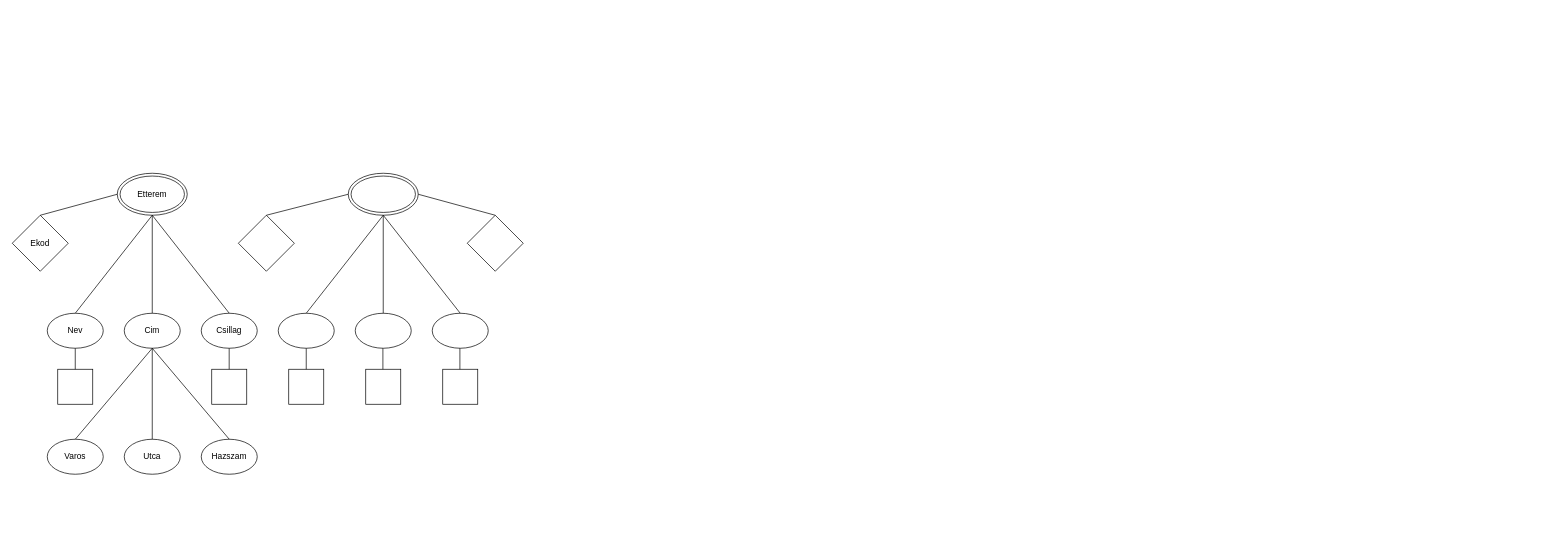
Before: EFEW32_20260312/efew32_vendeglatas.drawio in arosdami/EFEW32WebXML, a draw.io diagram. Source tidied: cells renumbered, new cells numbered last; positions are measured from the earlier drawing's top-left corner, leaving out a move shared by most shapes. Both pictures are drawn from the tidied source at 70%, with x=0, y=0 at pixel (12, 173).
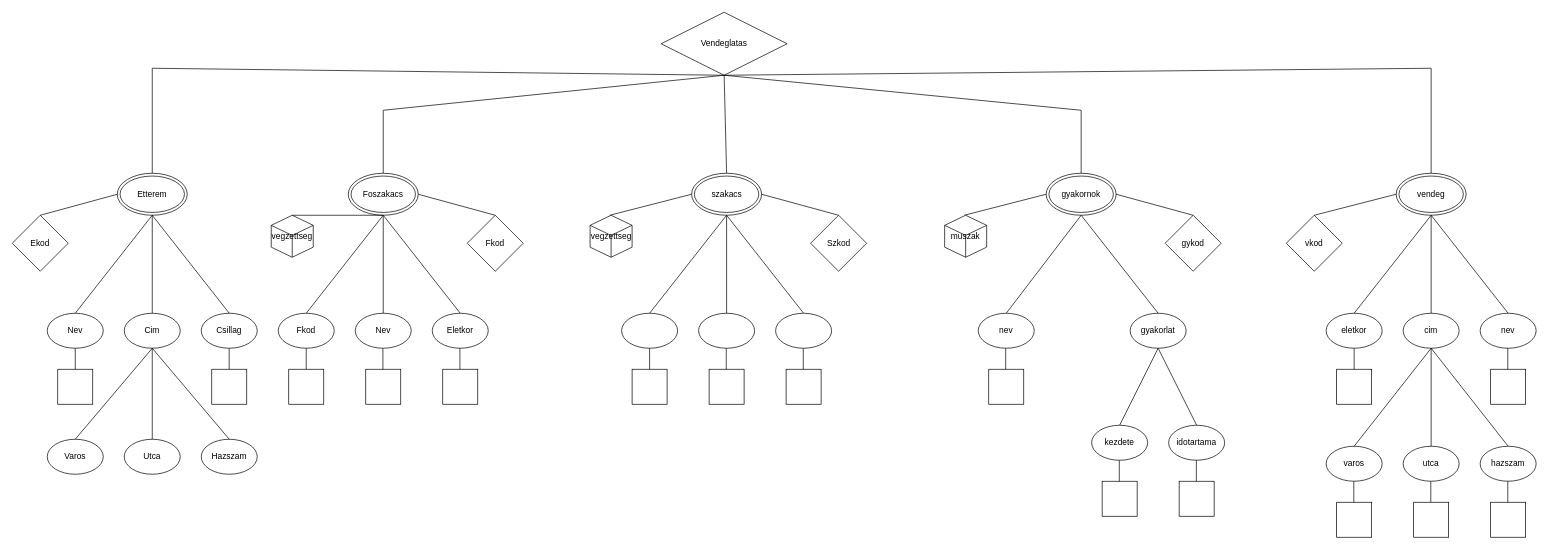
After the change.

The change refers to these unchanged cells:
```xml
<mxCell id="2" value="Etterem" style="ellipse;shape=doubleEllipse;whiteSpace=wrap;html=1;" parent="1" vertex="1">
  <mxGeometry x="150" width="100" height="60" as="geometry" />
</mxCell>
```

What changed in the source:
```diff
@@
-    <mxCell id="4" style="ellipse;shape=doubleEllipse;whiteSpace=wrap;html=1;" parent="1" vertex="1">
+    <mxCell id="4" value="Foszakacs" style="ellipse;shape=doubleEllipse;whiteSpace=wrap;html=1;" parent="1" vertex="1">
       <mxGeometry x="480" width="100" height="60" as="geometry" />
     </mxCell>
-    <mxCell id="5" style="rhombus;whiteSpace=wrap;html=1;" parent="1" vertex="1">
-      <mxGeometry x="323" y="60" width="80" height="80" as="geometry" />
-    </mxCell>
-    <mxCell id="6" style="rhombus;whiteSpace=wrap;html=1;" parent="1" vertex="1">
+    <mxCell id="6" value="Fkod" style="rhombus;whiteSpace=wrap;html=1;" parent="1" vertex="1">
       <mxGeometry x="650" y="60" width="80" height="80" as="geometry" />
     </mxCell>
@@
-    <mxCell id="10" style="ellipse;whiteSpace=wrap;html=1;" parent="1" vertex="1">
+    <mxCell id="10" value="Fkod" style="ellipse;whiteSpace=wrap;html=1;" parent="1" vertex="1">
       <mxGeometry x="380" y="200" width="80" height="50" as="geometry" />
     </mxCell>
-    <mxCell id="11" style="ellipse;whiteSpace=wrap;html=1;" parent="1" vertex="1">
+    <mxCell id="11" value="Nev" style="ellipse;whiteSpace=wrap;html=1;" parent="1" vertex="1">
       <mxGeometry x="490" y="200" width="80" height="50" as="geometry" />
     </mxCell>
-    <mxCell id="12" style="ellipse;whiteSpace=wrap;html=1;" parent="1" vertex="1">
+    <mxCell id="12" value="Eletkor" style="ellipse;whiteSpace=wrap;html=1;" parent="1" vertex="1">
       <mxGeometry x="600" y="200" width="80" height="50" as="geometry" />
     </mxCell>
@@
-    <mxCell id="36" style="endArrow=none;html=1;rounded=0;exitX=0.5;exitY=0;exitDx=0;exitDy=0;entryX=0;entryY=0.5;entryDx=0;entryDy=0;" parent="1" edge="1" source="5" target="4">
-      <mxGeometry relative="1" as="geometry" />
-    </mxCell>
@@
+    <mxCell id="38" value="Vendeglatas" style="rhombus;whiteSpace=wrap;html=1;" parent="1" vertex="1">
+      <mxGeometry x="927" y="-230" width="180" height="90" as="geometry" />
+    </mxCell>
+    <mxCell id="39" style="endArrow=none;html=1;rounded=0;exitX=0.5;exitY=0;exitDx=0;exitDy=0;entryX=0.5;entryY=1;entryDx=0;entryDy=0;" parent="1" edge="1" source="2" target="38">
+      <mxGeometry relative="1" as="geometry">
+        <Array as="points">
+          <mxPoint x="200" y="-150" />
+        </Array>
+      </mxGeometry>
+    </mxCell>
+    <mxCell id="40" style="endArrow=none;html=1;rounded=0;exitX=0.5;exitY=0;exitDx=0;exitDy=0;entryX=0.5;entryY=1;entryDx=0;entryDy=0;" parent="1" edge="1" source="4" target="38">
+      <mxGeometry relative="1" as="geometry">
+        <Array as="points">
+          <mxPoint x="530" y="-90" />
+        </Array>
+      </mxGeometry>
+    </mxCell>
+    <mxCell id="41" value="szakacs" style="ellipse;shape=doubleEllipse;whiteSpace=wrap;html=1;" parent="1" vertex="1">
+      <mxGeometry x="970.5" width="100" height="60" as="geometry" />
+    </mxCell>
+    <mxCell id="42" value="Szkod" style="rhombus;whiteSpace=wrap;html=1;" parent="1" vertex="1">
+      <mxGeometry x="1140.5" y="60" width="80" height="80" as="geometry" />
+    </mxCell>
+    <mxCell id="43" style="ellipse;whiteSpace=wrap;html=1;" parent="1" vertex="1">
+      <mxGeometry x="870.5" y="200" width="80" height="50" as="geometry" />
+    </mxCell>
+    <mxCell id="44" style="ellipse;whiteSpace=wrap;html=1;" parent="1" vertex="1">
+      <mxGeometry x="980.5" y="200" width="80" height="50" as="geometry" />
+    </mxCell>
+    <mxCell id="45" style="ellipse;whiteSpace=wrap;html=1;" parent="1" vertex="1">
+      <mxGeometry x="1090.5" y="200" width="80" height="50" as="geometry" />
+    </mxCell>
+    <mxCell id="46" style="whiteSpace=wrap;html=1;" parent="1" vertex="1">
+      <mxGeometry x="885.5" y="280" width="50" height="50" as="geometry" />
+    </mxCell>
+    <mxCell id="47" style="whiteSpace=wrap;html=1;" parent="1" vertex="1">
+      <mxGeometry x="995.5" y="280" width="50" height="50" as="geometry" />
+    </mxCell>
+    <mxCell id="48" style="whiteSpace=wrap;html=1;" parent="1" vertex="1">
+      <mxGeometry x="1105.5" y="280" width="50" height="50" as="geometry" />
+    </mxCell>
+    <mxCell id="49" style="endArrow=none;html=1;rounded=0;entryX=0.5;entryY=0;entryDx=0;entryDy=0;exitX=0.5;exitY=1;exitDx=0;exitDy=0;" parent="1" edge="1" source="43" target="46">
+      <mxGeometry relative="1" as="geometry" />
+    </mxCell>
+    <mxCell id="50" style="endArrow=none;html=1;rounded=0;entryX=0.5;entryY=0;entryDx=0;entryDy=0;exitX=0.5;exitY=1;exitDx=0;exitDy=0;" parent="1" edge="1">
+      <mxGeometry relative="1" as="geometry">
+        <mxPoint x="1020" y="250" as="sourcePoint" />
+        <mxPoint x="1020" y="280" as="targetPoint" />
+      </mxGeometry>
+    </mxCell>
+    <mxCell id="51" style="endArrow=none;html=1;rounded=0;entryX=0.5;entryY=0;entryDx=0;entryDy=0;exitX=0.5;exitY=1;exitDx=0;exitDy=0;" parent="1" edge="1">
+      <mxGeometry relative="1" as="geometry">
+        <mxPoint x="1130" y="250" as="sourcePoint" />
+        <mxPoint x="1130" y="280" as="targetPoint" />
+      </mxGeometry>
+    </mxCell>
+    <mxCell id="52" style="endArrow=none;html=1;rounded=0;exitX=0.5;exitY=0;exitDx=0;exitDy=0;entryX=0.5;entryY=1;entryDx=0;entryDy=0;" parent="1" edge="1" source="43" target="41">
+      <mxGeometry relative="1" as="geometry" />
+    </mxCell>
+    <mxCell id="53" style="endArrow=none;html=1;rounded=0;entryX=0.5;entryY=1;entryDx=0;entryDy=0;exitX=0.5;exitY=0;exitDx=0;exitDy=0;" parent="1" edge="1" source="44" target="41">
+      <mxGeometry relative="1" as="geometry" />
+    </mxCell>
+    <mxCell id="54" style="endArrow=none;html=1;rounded=0;entryX=0.5;entryY=1;entryDx=0;entryDy=0;exitX=0.5;exitY=0;exitDx=0;exitDy=0;" parent="1" edge="1" source="45" target="41">
+      <mxGeometry relative="1" as="geometry" />
+    </mxCell>
+    <mxCell id="55" style="endArrow=none;html=1;rounded=0;exitX=0.5;exitY=0;exitDx=0;exitDy=0;entryX=0;entryY=0.5;entryDx=0;entryDy=0;" parent="1" edge="1" target="41">
+      <mxGeometry relative="1" as="geometry">
+        <mxPoint x="853.5" y="60" as="sourcePoint" />
+      </mxGeometry>
+    </mxCell>
+    <mxCell id="56" style="endArrow=none;html=1;rounded=0;exitX=1;exitY=0.5;exitDx=0;exitDy=0;entryX=0.5;entryY=0;entryDx=0;entryDy=0;" parent="1" edge="1" source="41" target="42">
+      <mxGeometry relative="1" as="geometry" />
+    </mxCell>
+    <mxCell id="57" value="gyakornok" style="ellipse;shape=doubleEllipse;whiteSpace=wrap;html=1;" parent="1" vertex="1">
+      <mxGeometry x="1477" width="100" height="60" as="geometry" />
+    </mxCell>
+    <mxCell id="58" value="gykod" style="rhombus;whiteSpace=wrap;html=1;" parent="1" vertex="1">
+      <mxGeometry x="1647" y="60" width="80" height="80" as="geometry" />
+    </mxCell>
+    <mxCell id="59" value="nev" style="ellipse;whiteSpace=wrap;html=1;" parent="1" vertex="1">
+      <mxGeometry x="1380" y="200" width="80" height="50" as="geometry" />
+    </mxCell>
+    <mxCell id="60" value="gyakorlat" style="ellipse;whiteSpace=wrap;html=1;" parent="1" vertex="1">
+      <mxGeometry x="1597" y="200" width="80" height="50" as="geometry" />
+    </mxCell>
+    <mxCell id="61" style="whiteSpace=wrap;html=1;" parent="1" vertex="1">
+      <mxGeometry x="1395" y="280" width="50" height="50" as="geometry" />
+    </mxCell>
+    <mxCell id="62" style="endArrow=none;html=1;rounded=0;entryX=0.5;entryY=0;entryDx=0;entryDy=0;exitX=0.5;exitY=1;exitDx=0;exitDy=0;" parent="1" edge="1">
+      <mxGeometry relative="1" as="geometry">
+        <mxPoint x="1419.2" y="250" as="sourcePoint" />
+        <mxPoint x="1419.2" y="280" as="targetPoint" />
+      </mxGeometry>
+    </mxCell>
+    <mxCell id="63" style="endArrow=none;html=1;rounded=0;entryX=0.5;entryY=1;entryDx=0;entryDy=0;exitX=0.5;exitY=0;exitDx=0;exitDy=0;" parent="1" edge="1" source="59" target="57">
+      <mxGeometry relative="1" as="geometry" />
+    </mxCell>
+    <mxCell id="64" style="endArrow=none;html=1;rounded=0;entryX=0.5;entryY=1;entryDx=0;entryDy=0;exitX=0.5;exitY=0;exitDx=0;exitDy=0;" parent="1" edge="1" source="60" target="57">
+      <mxGeometry relative="1" as="geometry" />
+    </mxCell>
+    <mxCell id="65" style="endArrow=none;html=1;rounded=0;exitX=0.5;exitY=0;exitDx=0;exitDy=0;entryX=0;entryY=0.5;entryDx=0;entryDy=0;" parent="1" edge="1" target="57">
+      <mxGeometry relative="1" as="geometry">
+        <mxPoint x="1360" y="60" as="sourcePoint" />
+      </mxGeometry>
+    </mxCell>
+    <mxCell id="66" style="endArrow=none;html=1;rounded=0;exitX=1;exitY=0.5;exitDx=0;exitDy=0;entryX=0.5;entryY=0;entryDx=0;entryDy=0;" parent="1" edge="1" source="57" target="58">
+      <mxGeometry relative="1" as="geometry" />
+    </mxCell>
+    <mxCell id="67" value="vendeg" style="ellipse;shape=doubleEllipse;whiteSpace=wrap;html=1;" parent="1" vertex="1">
+      <mxGeometry x="1977" width="100" height="60" as="geometry" />
+    </mxCell>
+    <mxCell id="68" value="vkod" style="rhombus;whiteSpace=wrap;html=1;" parent="1" vertex="1">
+      <mxGeometry x="1820" y="60" width="80" height="80" as="geometry" />
+    </mxCell>
+    <mxCell id="69" value="eletkor" style="ellipse;whiteSpace=wrap;html=1;" parent="1" vertex="1">
+      <mxGeometry x="1877" y="200" width="80" height="50" as="geometry" />
+    </mxCell>
+    <mxCell id="70" value="cim" style="ellipse;whiteSpace=wrap;html=1;" parent="1" vertex="1">
+      <mxGeometry x="1987" y="200" width="80" height="50" as="geometry" />
+    </mxCell>
+    <mxCell id="71" value="nev" style="ellipse;whiteSpace=wrap;html=1;" parent="1" vertex="1">
+      <mxGeometry x="2097" y="200" width="80" height="50" as="geometry" />
+    </mxCell>
+    <mxCell id="72" style="whiteSpace=wrap;html=1;" parent="1" vertex="1">
+      <mxGeometry x="1892" y="280" width="50" height="50" as="geometry" />
+    </mxCell>
+    <mxCell id="73" style="whiteSpace=wrap;html=1;" parent="1" vertex="1">
+      <mxGeometry x="2112" y="280" width="50" height="50" as="geometry" />
+    </mxCell>
+    <mxCell id="74" style="endArrow=none;html=1;rounded=0;entryX=0.5;entryY=0;entryDx=0;entryDy=0;exitX=0.5;exitY=1;exitDx=0;exitDy=0;" parent="1" edge="1" source="69" target="72">
+      <mxGeometry relative="1" as="geometry" />
+    </mxCell>
+    <mxCell id="75" style="endArrow=none;html=1;rounded=0;entryX=0.5;entryY=0;entryDx=0;entryDy=0;exitX=0.5;exitY=1;exitDx=0;exitDy=0;" parent="1" edge="1">
+      <mxGeometry relative="1" as="geometry">
+        <mxPoint x="2136.5" y="250" as="sourcePoint" />
+        <mxPoint x="2136.5" y="280" as="targetPoint" />
+      </mxGeometry>
+    </mxCell>
+    <mxCell id="76" style="endArrow=none;html=1;rounded=0;exitX=0.5;exitY=0;exitDx=0;exitDy=0;entryX=0.5;entryY=1;entryDx=0;entryDy=0;" parent="1" edge="1" source="69" target="67">
+      <mxGeometry relative="1" as="geometry" />
+    </mxCell>
+    <mxCell id="77" style="endArrow=none;html=1;rounded=0;entryX=0.5;entryY=1;entryDx=0;entryDy=0;exitX=0.5;exitY=0;exitDx=0;exitDy=0;" parent="1" edge="1" source="70" target="67">
+      <mxGeometry relative="1" as="geometry" />
+    </mxCell>
+    <mxCell id="78" style="endArrow=none;html=1;rounded=0;entryX=0.5;entryY=1;entryDx=0;entryDy=0;exitX=0.5;exitY=0;exitDx=0;exitDy=0;" parent="1" edge="1" source="71" target="67">
+      <mxGeometry relative="1" as="geometry" />
+    </mxCell>
+    <mxCell id="79" style="endArrow=none;html=1;rounded=0;exitX=0.5;exitY=0;exitDx=0;exitDy=0;entryX=0;entryY=0.5;entryDx=0;entryDy=0;" parent="1" edge="1" source="68" target="67">
+      <mxGeometry relative="1" as="geometry" />
+    </mxCell>
+    <mxCell id="80" style="endArrow=none;html=1;rounded=0;exitX=0.5;exitY=0;exitDx=0;exitDy=0;entryX=0.5;entryY=1;entryDx=0;entryDy=0;" parent="1" edge="1" source="41" target="38">
+      <mxGeometry relative="1" as="geometry" />
+    </mxCell>
+    <mxCell id="81" style="endArrow=none;html=1;rounded=0;exitX=0.5;exitY=0;exitDx=0;exitDy=0;entryX=0.5;entryY=1;entryDx=0;entryDy=0;" parent="1" edge="1" source="57" target="38">
+      <mxGeometry relative="1" as="geometry">
+        <Array as="points">
+          <mxPoint x="1527" y="-90" />
+        </Array>
+      </mxGeometry>
+    </mxCell>
+    <mxCell id="82" value="vegzettseg" style="html=1;whiteSpace=wrap;shape=isoCube2;backgroundOutline=1;isoAngle=15;" parent="1" vertex="1">
+      <mxGeometry x="370" y="60" width="60" height="60" as="geometry" />
+    </mxCell>
+    <mxCell id="83" style="endArrow=none;html=1;rounded=0;entryX=0.5;entryY=1;entryDx=0;entryDy=0;exitX=0.5;exitY=0;exitDx=0;exitDy=0;exitPerimeter=0;" parent="1" edge="1" source="82" target="4">
+      <mxGeometry relative="1" as="geometry" />
+    </mxCell>
+    <mxCell id="84" value="vegzettseg" style="html=1;whiteSpace=wrap;shape=isoCube2;backgroundOutline=1;isoAngle=15;" parent="1" vertex="1">
+      <mxGeometry x="825.5" y="60" width="60" height="60" as="geometry" />
+    </mxCell>
+    <mxCell id="85" value="muszak" style="html=1;whiteSpace=wrap;shape=isoCube2;backgroundOutline=1;isoAngle=15;" parent="1" vertex="1">
+      <mxGeometry x="1332" y="60" width="60" height="60" as="geometry" />
+    </mxCell>
+    <mxCell id="86" value="kezdete" style="ellipse;whiteSpace=wrap;html=1;" parent="1" vertex="1">
+      <mxGeometry x="1542" y="360" width="80" height="50" as="geometry" />
+    </mxCell>
+    <mxCell id="87" value="idotartama" style="ellipse;whiteSpace=wrap;html=1;" parent="1" vertex="1">
+      <mxGeometry x="1652" y="360" width="80" height="50" as="geometry" />
+    </mxCell>
+    <mxCell id="88" style="whiteSpace=wrap;html=1;" parent="1" vertex="1">
+      <mxGeometry x="1557" y="440" width="50" height="50" as="geometry" />
+    </mxCell>
+    <mxCell id="89" style="whiteSpace=wrap;html=1;" parent="1" vertex="1">
+      <mxGeometry x="1667" y="440" width="50" height="50" as="geometry" />
+    </mxCell>
+    <mxCell id="90" style="endArrow=none;html=1;rounded=0;entryX=0.5;entryY=0;entryDx=0;entryDy=0;exitX=0.5;exitY=1;exitDx=0;exitDy=0;" parent="1" edge="1">
+      <mxGeometry relative="1" as="geometry">
+        <mxPoint x="1581.5" y="410" as="sourcePoint" />
+        <mxPoint x="1581.5" y="440" as="targetPoint" />
+      </mxGeometry>
+    </mxCell>
+    <mxCell id="91" style="endArrow=none;html=1;rounded=0;entryX=0.5;entryY=1;entryDx=0;entryDy=0;exitX=0.5;exitY=0;exitDx=0;exitDy=0;" parent="1" edge="1" source="86" target="60">
+      <mxGeometry relative="1" as="geometry" />
+    </mxCell>
+    <mxCell id="92" style="endArrow=none;html=1;rounded=0;entryX=0.5;entryY=1;entryDx=0;entryDy=0;exitX=0.5;exitY=0;exitDx=0;exitDy=0;" parent="1" edge="1" source="87" target="60">
+      <mxGeometry relative="1" as="geometry" />
+    </mxCell>
+    <mxCell id="93" value="varos" style="ellipse;whiteSpace=wrap;html=1;" parent="1" vertex="1">
+      <mxGeometry x="1877" y="390" width="80" height="50" as="geometry" />
+    </mxCell>
+    <mxCell id="94" value="utca" style="ellipse;whiteSpace=wrap;html=1;" parent="1" vertex="1">
+      <mxGeometry x="1987" y="390" width="80" height="50" as="geometry" />
+    </mxCell>
+    <mxCell id="95" value="hazszam" style="ellipse;whiteSpace=wrap;html=1;" parent="1" vertex="1">
+      <mxGeometry x="2097" y="390" width="80" height="50" as="geometry" />
+    </mxCell>
+    <mxCell id="96" style="endArrow=none;html=1;rounded=0;exitX=0.5;exitY=0;exitDx=0;exitDy=0;entryX=0.5;entryY=1;entryDx=0;entryDy=0;" parent="1" edge="1" source="93">
+      <mxGeometry relative="1" as="geometry">
+        <mxPoint x="2027" y="250" as="targetPoint" />
+      </mxGeometry>
+    </mxCell>
+    <mxCell id="97" style="endArrow=none;html=1;rounded=0;entryX=0.5;entryY=1;entryDx=0;entryDy=0;exitX=0.5;exitY=0;exitDx=0;exitDy=0;" parent="1" edge="1" source="94">
+      <mxGeometry relative="1" as="geometry">
+        <mxPoint x="2027" y="250" as="targetPoint" />
+      </mxGeometry>
+    </mxCell>
+    <mxCell id="98" style="endArrow=none;html=1;rounded=0;entryX=0.5;entryY=1;entryDx=0;entryDy=0;exitX=0.5;exitY=0;exitDx=0;exitDy=0;" parent="1" edge="1" source="95">
+      <mxGeometry relative="1" as="geometry">
+        <mxPoint x="2027" y="250" as="targetPoint" />
+      </mxGeometry>
+    </mxCell>
+    <mxCell id="99" style="whiteSpace=wrap;html=1;" parent="1" vertex="1">
+      <mxGeometry x="1892" y="470" width="50" height="50" as="geometry" />
+    </mxCell>
+    <mxCell id="100" style="endArrow=none;html=1;rounded=0;entryX=0.5;entryY=0;entryDx=0;entryDy=0;exitX=0.5;exitY=1;exitDx=0;exitDy=0;" parent="1" edge="1">
+      <mxGeometry relative="1" as="geometry">
+        <mxPoint x="1916.5" y="440" as="sourcePoint" />
+        <mxPoint x="1916.5" y="470" as="targetPoint" />
+      </mxGeometry>
+    </mxCell>
+    <mxCell id="101" style="whiteSpace=wrap;html=1;" parent="1" vertex="1">
+      <mxGeometry x="2002" y="470" width="50" height="50" as="geometry" />
+    </mxCell>
+    <mxCell id="102" style="endArrow=none;html=1;rounded=0;entryX=0.5;entryY=0;entryDx=0;entryDy=0;exitX=0.5;exitY=1;exitDx=0;exitDy=0;" parent="1" edge="1">
+      <mxGeometry relative="1" as="geometry">
+        <mxPoint x="2026.5" y="440" as="sourcePoint" />
+        <mxPoint x="2026.5" y="470" as="targetPoint" />
+      </mxGeometry>
+    </mxCell>
+    <mxCell id="103" style="whiteSpace=wrap;html=1;" parent="1" vertex="1">
+      <mxGeometry x="2112" y="470" width="50" height="50" as="geometry" />
+    </mxCell>
+    <mxCell id="104" style="endArrow=none;html=1;rounded=0;entryX=0.5;entryY=0;entryDx=0;entryDy=0;exitX=0.5;exitY=1;exitDx=0;exitDy=0;" parent="1" edge="1">
+      <mxGeometry relative="1" as="geometry">
+        <mxPoint x="2136.5" y="440" as="sourcePoint" />
+        <mxPoint x="2136.5" y="470" as="targetPoint" />
+      </mxGeometry>
+    </mxCell>
+    <mxCell id="105" style="endArrow=none;html=1;rounded=0;exitX=0.5;exitY=1;exitDx=0;exitDy=0;entryX=0.5;entryY=0;entryDx=0;entryDy=0;" parent="1" edge="1" source="38" target="67">
+      <mxGeometry relative="1" as="geometry">
+        <Array as="points">
+          <mxPoint x="2027" y="-150" />
+        </Array>
+      </mxGeometry>
+    </mxCell>
+    <mxCell id="106" style="endArrow=none;html=1;rounded=0;entryX=0.5;entryY=0;entryDx=0;entryDy=0;exitX=0.5;exitY=1;exitDx=0;exitDy=0;" parent="1" edge="1">
+      <mxGeometry relative="1" as="geometry">
+        <mxPoint x="1691.6" y="410" as="sourcePoint" />
+        <mxPoint x="1691.6" y="440" as="targetPoint" />
+      </mxGeometry>
+    </mxCell>
```
